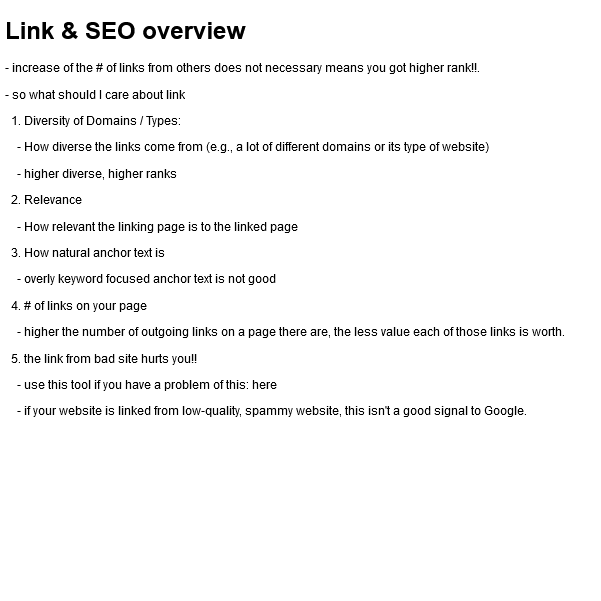
This is link_overview.png from stsiwo/seo_overview, a draw.io export, as it was before one commit. Source tidied: cells renumbered, new cells last; positions are measured from the earlier drawing's top-left corner, leaving out a move shared by most shapes. Source of this version:
```xml
<mxGraphModel>
  <root>
    <mxCell id="0" />
    <mxCell id="1" parent="0" />
    <mxCell id="2" value="&lt;h1&gt;Link &amp;amp; SEO overview&lt;br&gt;&lt;/h1&gt;&lt;p&gt;- increase of the # of links from others does not necessary means you got higher rank!!.&lt;/p&gt;&lt;p&gt;- so what should I care about link&lt;/p&gt;&lt;p&gt;&amp;nbsp; 1. Diversity of Domains / Types: &lt;br&gt;&lt;/p&gt;&lt;p&gt;&amp;nbsp;&amp;nbsp;&amp;nbsp; - How diverse the links come from (e.g., a lot of different domains or its type of website)&lt;/p&gt;&lt;p&gt;&amp;nbsp;&amp;nbsp;&amp;nbsp; - higher diverse, higher ranks&lt;/p&gt;&lt;p&gt;&amp;nbsp; 2. Relevance&lt;/p&gt;&lt;p&gt;&amp;nbsp;&amp;nbsp;&amp;nbsp; - How relevant the linking page is to the linked page&lt;/p&gt;&lt;p&gt;&amp;nbsp; 3. How natural anchor text is&lt;/p&gt;&lt;p&gt;&amp;nbsp;&amp;nbsp;&amp;nbsp; - overly keyword focused anchor text is not good&lt;/p&gt;&lt;p&gt;&amp;nbsp; 4. # of links on your page&lt;/p&gt;&lt;p&gt;&amp;nbsp;&amp;nbsp;&amp;nbsp; - higher the number of outgoing links on a page there are, the less value each of those links is worth. &lt;br&gt;&lt;/p&gt;&lt;p&gt;&amp;nbsp; 5. the link from bad site hurts you!!&lt;/p&gt;&lt;p&gt;&amp;nbsp;&amp;nbsp;&amp;nbsp; - use this tool if you have a problem of this: &lt;a href=&quot;https://support.google.com/webmasters/answer/2648487?hl=en&quot;&gt;here&lt;/a&gt;&lt;/p&gt;&lt;p&gt;&amp;nbsp;&amp;nbsp;&amp;nbsp; - if your website is linked from low-quality, spammy website, this isn't a good signal to Google. &lt;br&gt;&lt;/p&gt;" style="text;html=1;strokeColor=none;fillColor=none;spacing=5;spacingTop=-20;whiteSpace=wrap;overflow=hidden;rounded=0;" parent="1" vertex="1">
      <mxGeometry width="600" height="590" as="geometry" />
    </mxCell>
  </root>
</mxGraphModel>
```
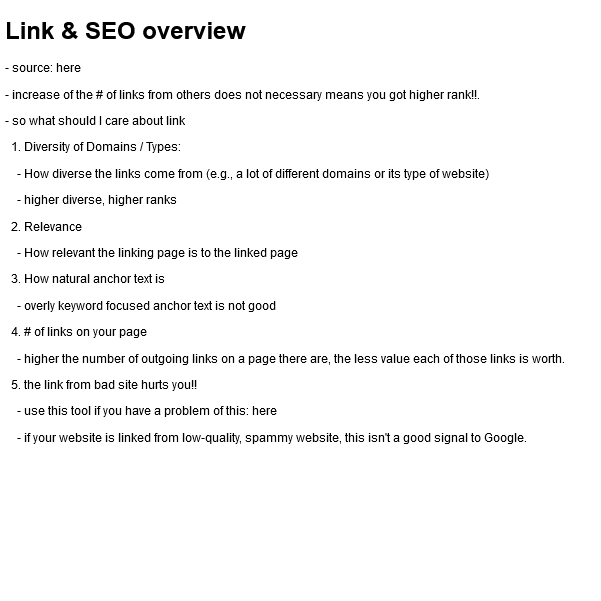
The same file after the commit.

What changed in the source:
```diff
@@ -2,7 +2,7 @@
   <root>
     <mxCell id="0" />
     <mxCell id="1" parent="0" />
-    <mxCell id="2" value="&lt;h1&gt;Link &amp;amp; SEO overview&lt;br&gt;&lt;/h1&gt;&lt;p&gt;- increase of the # of links from others does not necessary means you got higher rank!!.&lt;/p&gt;&lt;p&gt;- so what should I care about link&lt;/p&gt;&lt;p&gt;&amp;nbsp; 1. Diversity of Domains / Types: &lt;br&gt;&lt;/p&gt;&lt;p&gt;&amp;nbsp;&amp;nbsp;&amp;nbsp; - How diverse the links come from (e.g., a lot of different domains or its type of website)&lt;/p&gt;&lt;p&gt;&amp;nbsp;&amp;nbsp;&amp;nbsp; - higher diverse, higher ranks&lt;/p&gt;&lt;p&gt;&amp;nbsp; 2. Relevance&lt;/p&gt;&lt;p&gt;&amp;nbsp;&amp;nbsp;&amp;nbsp; - How relevant the linking page is to the linked page&lt;/p&gt;&lt;p&gt;&amp;nbsp; 3. How natural anchor text is&lt;/p&gt;&lt;p&gt;&amp;nbsp;&amp;nbsp;&amp;nbsp; - overly keyword focused anchor text is not good&lt;/p&gt;&lt;p&gt;&amp;nbsp; 4. # of links on your page&lt;/p&gt;&lt;p&gt;&amp;nbsp;&amp;nbsp;&amp;nbsp; - higher the number of outgoing links on a page there are, the less value each of those links is worth. &lt;br&gt;&lt;/p&gt;&lt;p&gt;&amp;nbsp; 5. the link from bad site hurts you!!&lt;/p&gt;&lt;p&gt;&amp;nbsp;&amp;nbsp;&amp;nbsp; - use this tool if you have a problem of this: &lt;a href=&quot;https://support.google.com/webmasters/answer/2648487?hl=en&quot;&gt;here&lt;/a&gt;&lt;/p&gt;&lt;p&gt;&amp;nbsp;&amp;nbsp;&amp;nbsp; - if your website is linked from low-quality, spammy website, this isn't a good signal to Google. &lt;br&gt;&lt;/p&gt;" style="text;html=1;strokeColor=none;fillColor=none;spacing=5;spacingTop=-20;whiteSpace=wrap;overflow=hidden;rounded=0;" parent="1" vertex="1">
+    <mxCell id="2" value="&lt;h1&gt;Link &amp;amp; SEO overview&lt;br&gt;&lt;/h1&gt;&lt;p&gt;- source: &lt;a href=&quot;https://moz.com/blog/the-anatomy-of-a-link#link-position&quot;&gt;here&lt;/a&gt;&lt;br&gt;&lt;/p&gt;&lt;p&gt;- increase of the # of links from others does not necessary means you got higher rank!!.&lt;/p&gt;&lt;p&gt;- so what should I care about link&lt;/p&gt;&lt;p&gt;&amp;nbsp; 1. Diversity of Domains / Types: &lt;br&gt;&lt;/p&gt;&lt;p&gt;&amp;nbsp;&amp;nbsp;&amp;nbsp; - How diverse the links come from (e.g., a lot of different domains or its type of website)&lt;/p&gt;&lt;p&gt;&amp;nbsp;&amp;nbsp;&amp;nbsp; - higher diverse, higher ranks&lt;/p&gt;&lt;p&gt;&amp;nbsp; 2. Relevance&lt;/p&gt;&lt;p&gt;&amp;nbsp;&amp;nbsp;&amp;nbsp; - How relevant the linking page is to the linked page&lt;/p&gt;&lt;p&gt;&amp;nbsp; 3. How natural anchor text is&lt;/p&gt;&lt;p&gt;&amp;nbsp;&amp;nbsp;&amp;nbsp; - overly keyword focused anchor text is not good&lt;/p&gt;&lt;p&gt;&amp;nbsp; 4. # of links on your page&lt;/p&gt;&lt;p&gt;&amp;nbsp;&amp;nbsp;&amp;nbsp; - higher the number of outgoing links on a page there are, the less value each of those links is worth. &lt;br&gt;&lt;/p&gt;&lt;p&gt;&amp;nbsp; 5. the link from bad site hurts you!!&lt;/p&gt;&lt;p&gt;&amp;nbsp;&amp;nbsp;&amp;nbsp; - use this tool if you have a problem of this: &lt;a href=&quot;https://support.google.com/webmasters/answer/2648487?hl=en&quot;&gt;here&lt;/a&gt;&lt;/p&gt;&lt;p&gt;&amp;nbsp;&amp;nbsp;&amp;nbsp; - if your website is linked from low-quality, spammy website, this isn't a good signal to Google. &lt;br&gt;&lt;/p&gt;&lt;p&gt;&lt;br&gt;&lt;/p&gt;&lt;p&gt;&lt;br&gt;&lt;/p&gt;" style="text;html=1;strokeColor=none;fillColor=none;spacing=5;spacingTop=-20;whiteSpace=wrap;overflow=hidden;rounded=0;" parent="1" vertex="1">
       <mxGeometry width="600" height="590" as="geometry" />
     </mxCell>
   </root>
```
